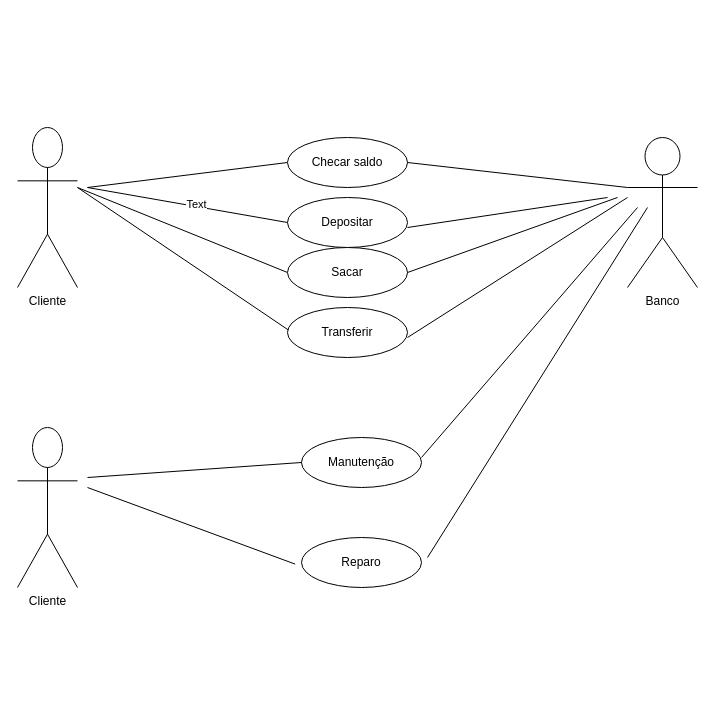
Above: page "Página-2" (2 of 2) of Diagrama sem nome.drawio in Eugenio777977/diagramaderequisitos (draw.io), before the change. Source tidied: cells renumbered, new cells numbered last; positions are measured from the earlier drawing's top-left corner, leaving out a move shared by most shapes. Both pictures are drawn from the tidied source at 100%, with x=0, y=0 at pixel (17, 127).
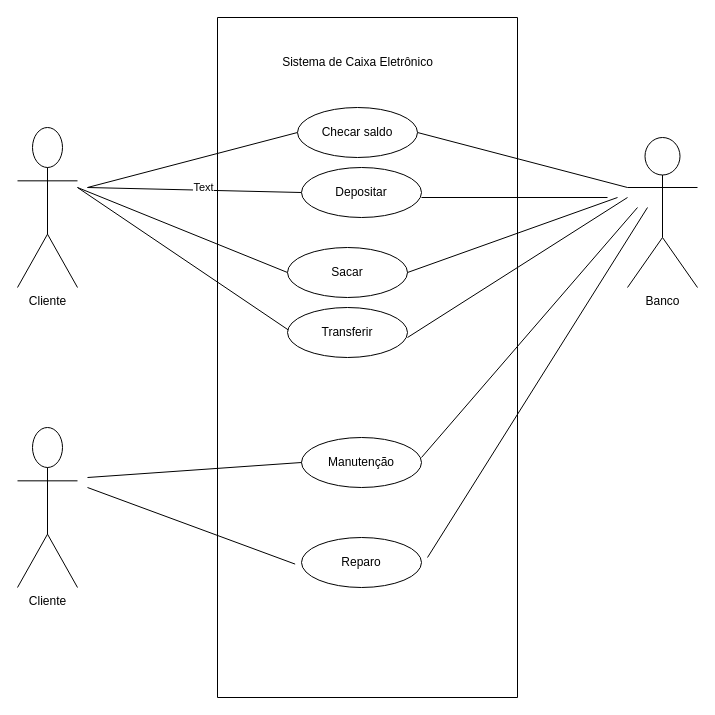
After the change.

The edit, as a diff of the source:
```diff
@@
-    <mxCell id="8" value="Checar saldo" style="ellipse;whiteSpace=wrap;html=1;" parent="1" vertex="1">
-      <mxGeometry x="270" y="10" width="120" height="50" as="geometry" />
-    </mxCell>
     <mxCell id="9" value="Depositar" style="ellipse;whiteSpace=wrap;html=1;" parent="1" vertex="1">
-      <mxGeometry x="270" y="70" width="120" height="50" as="geometry" />
+      <mxGeometry x="284" y="40" width="120" height="50" as="geometry" />
     </mxCell>
@@
+    <mxCell id="22" style="swimlane;startSize=0;" parent="1" vertex="1">
+      <mxGeometry x="200" y="-110" width="300" height="680" as="geometry" />
+    </mxCell>
+    <mxCell id="8" value="Checar saldo" style="ellipse;whiteSpace=wrap;html=1;" parent="22" vertex="1">
+      <mxGeometry x="80" y="90" width="120" height="50" as="geometry" />
+    </mxCell>
+    <mxCell id="23" value="Sistema de Caixa Eletrônico" style="text;html=1;align=center;verticalAlign=middle;strokeColor=none;fillColor=none;" parent="22" vertex="1">
+      <mxGeometry x="55" y="30" width="170" height="30" as="geometry" />
+    </mxCell>
```
